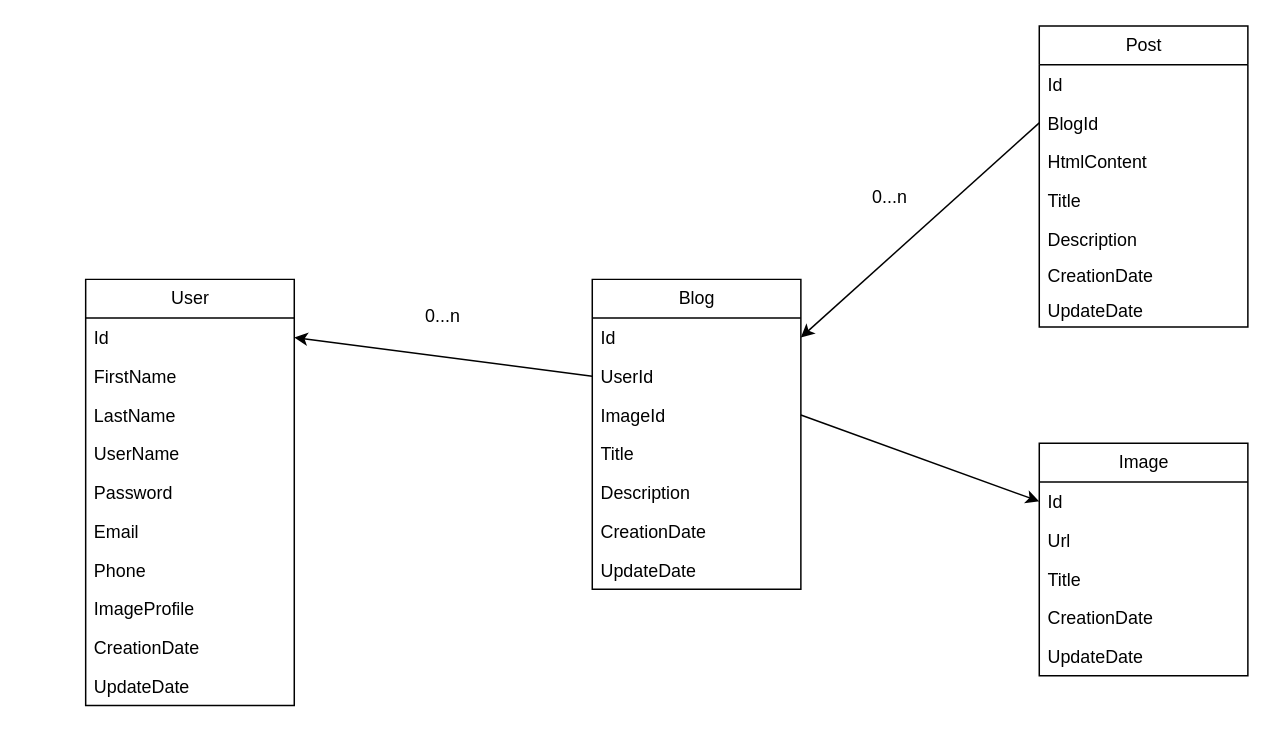
Before: backend/database_schema.drawio in jlcastillog/BlogFlow, a draw.io diagram. Source tidied: cells renumbered, new cells numbered last; positions are measured from the earlier drawing's top-left corner, leaving out a move shared by most shapes. Both pictures are drawn from the tidied source at 149%, with x=0, y=0 at pixel (85, 25).
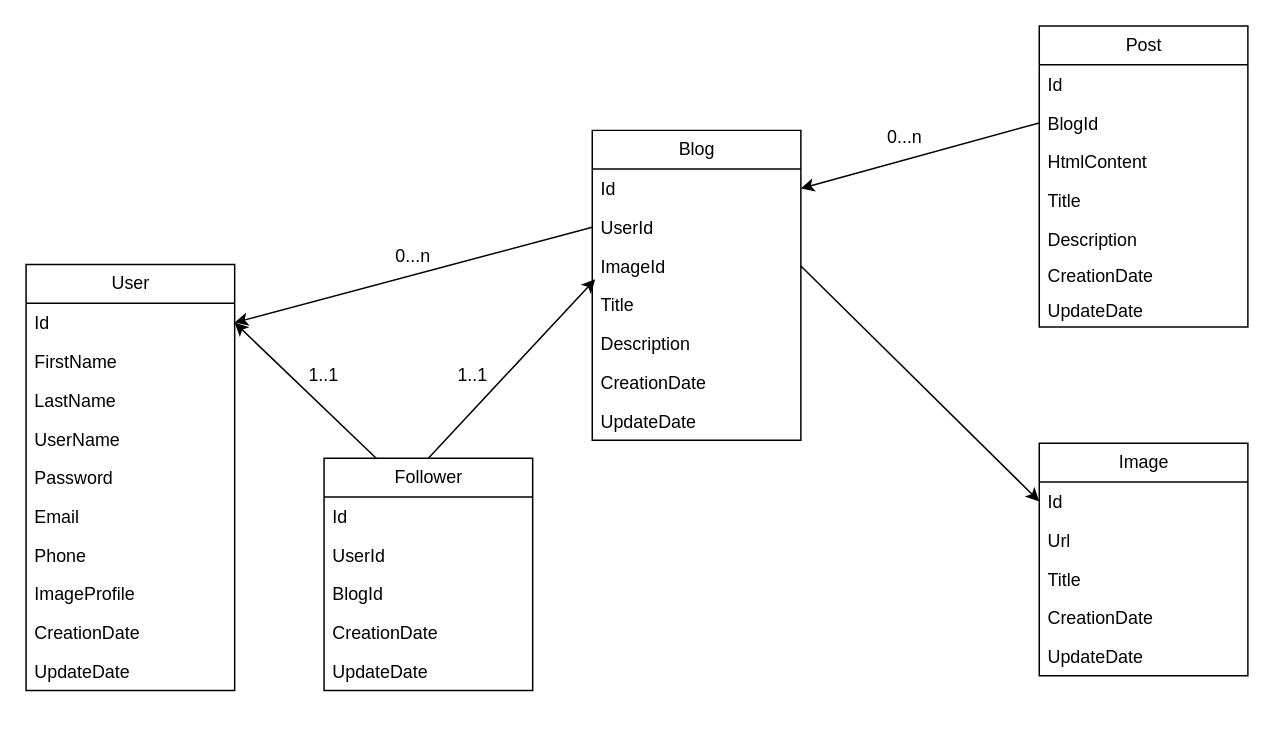
The same page after the edit.

The change refers to these unchanged cells:
```xml
<mxCell id="3" value="Id" style="text;strokeColor=none;fillColor=none;align=left;verticalAlign=top;spacingLeft=4;spacingRight=4;overflow=hidden;points=[[0,0.5],[1,0.5]];portConstraint=eastwest;whiteSpace=wrap;html=1;" parent="2" vertex="1">
  <mxGeometry y="26" width="140" height="26" as="geometry" />
</mxCell>
<mxCell id="16" value="ImageId" style="text;strokeColor=none;fillColor=none;align=left;verticalAlign=top;spacingLeft=4;spacingRight=4;overflow=hidden;points=[[0,0.5],[1,0.5]];portConstraint=eastwest;whiteSpace=wrap;html=1;" parent="13" vertex="1">
  <mxGeometry y="78" width="140" height="26" as="geometry" />
</mxCell>
```

Change to the diagram source:
```diff
@@
     <mxCell id="2" value="User" style="swimlane;fontStyle=0;horizontal=1;startSize=26;fillColor=none;html=1;" parent="1" vertex="1">
-      <mxGeometry y="170" width="140" height="286" as="geometry" />
+      <mxGeometry x="-40" y="160" width="140" height="286" as="geometry" />
     </mxCell>
@@
     <mxCell id="13" value="Blog" style="swimlane;fontStyle=0;horizontal=1;startSize=26;fillColor=none;html=1;" parent="1" vertex="1">
-      <mxGeometry x="340" y="170" width="140" height="208" as="geometry" />
+      <mxGeometry x="340" y="70" width="140" height="208" as="geometry" />
     </mxCell>
@@
     <mxCell id="31" value="0...n" style="text;html=1;strokeColor=none;fillColor=none;align=center;verticalAlign=middle;whiteSpace=wrap;rounded=0;" parent="1" vertex="1">
-      <mxGeometry x="210" y="180" width="60" height="30" as="geometry" />
+      <mxGeometry x="190" y="140" width="60" height="30" as="geometry" />
     </mxCell>
     <mxCell id="32" value="0...n" style="text;html=1;strokeColor=none;fillColor=none;align=center;verticalAlign=middle;whiteSpace=wrap;rounded=0;" parent="1" vertex="1">
-      <mxGeometry x="510" y="100" width="60" height="30" as="geometry" />
+      <mxGeometry x="520" y="60" width="60" height="30" as="geometry" />
     </mxCell>
@@
+    <mxCell id="40" value="Follower" style="swimlane;fontStyle=0;horizontal=1;startSize=26;fillColor=none;html=1;" parent="1" vertex="1">
+      <mxGeometry x="160" y="290" width="140" height="156" as="geometry" />
+    </mxCell>
+    <mxCell id="41" value="Id" style="text;strokeColor=none;fillColor=none;align=left;verticalAlign=top;spacingLeft=4;spacingRight=4;overflow=hidden;whiteSpace=wrap;html=1;" parent="40" vertex="1">
+      <mxGeometry y="26" width="140" height="26" as="geometry" />
+    </mxCell>
+    <mxCell id="42" value="UserId" style="text;strokeColor=none;fillColor=none;align=left;verticalAlign=top;spacingLeft=4;spacingRight=4;overflow=hidden;whiteSpace=wrap;html=1;" parent="40" vertex="1">
+      <mxGeometry y="52" width="140" height="26" as="geometry" />
+    </mxCell>
+    <mxCell id="43" value="BlogId" style="text;strokeColor=none;fillColor=none;align=left;verticalAlign=top;spacingLeft=4;spacingRight=4;overflow=hidden;whiteSpace=wrap;html=1;" parent="40" vertex="1">
+      <mxGeometry y="78" width="140" height="26" as="geometry" />
+    </mxCell>
+    <mxCell id="44" value="CreationDate" style="text;strokeColor=none;fillColor=none;align=left;verticalAlign=top;spacingLeft=4;spacingRight=4;overflow=hidden;whiteSpace=wrap;html=1;" parent="40" vertex="1">
+      <mxGeometry y="104" width="140" height="26" as="geometry" />
+    </mxCell>
+    <mxCell id="45" value="UpdateDate" style="text;strokeColor=none;fillColor=none;align=left;verticalAlign=top;spacingLeft=4;spacingRight=4;overflow=hidden;whiteSpace=wrap;html=1;" parent="40" vertex="1">
+      <mxGeometry y="130" width="140" height="26" as="geometry" />
+    </mxCell>
+    <mxCell id="46" style="endArrow=classic;html=1;exitX=0.25;exitY=0;exitDx=0;exitDy=0;entryX=1;entryY=0.5;entryDx=0;entryDy=0;" parent="1" edge="1" source="40" target="3">
+      <mxGeometry relative="1" as="geometry" />
+    </mxCell>
+    <mxCell id="47" style="endArrow=classic;html=1;exitX=0.5;exitY=0;exitDx=0;exitDy=0;entryX=0.014;entryY=0.846;entryDx=0;entryDy=0;entryPerimeter=0;" parent="1" edge="1" source="40" target="16">
+      <mxGeometry relative="1" as="geometry" />
+    </mxCell>
+    <mxCell id="48" value="1..1" style="text;html=1;strokeColor=none;fillColor=none;align=center;verticalAlign=middle;whiteSpace=wrap;rounded=0;" parent="1" vertex="1">
+      <mxGeometry x="130" y="220" width="60" height="30" as="geometry" />
+    </mxCell>
+    <mxCell id="49" value="1..1" style="text;html=1;strokeColor=none;fillColor=none;align=center;verticalAlign=middle;whiteSpace=wrap;rounded=0;" parent="1" vertex="1">
+      <mxGeometry x="230" y="220" width="60" height="30" as="geometry" />
+    </mxCell>
```
